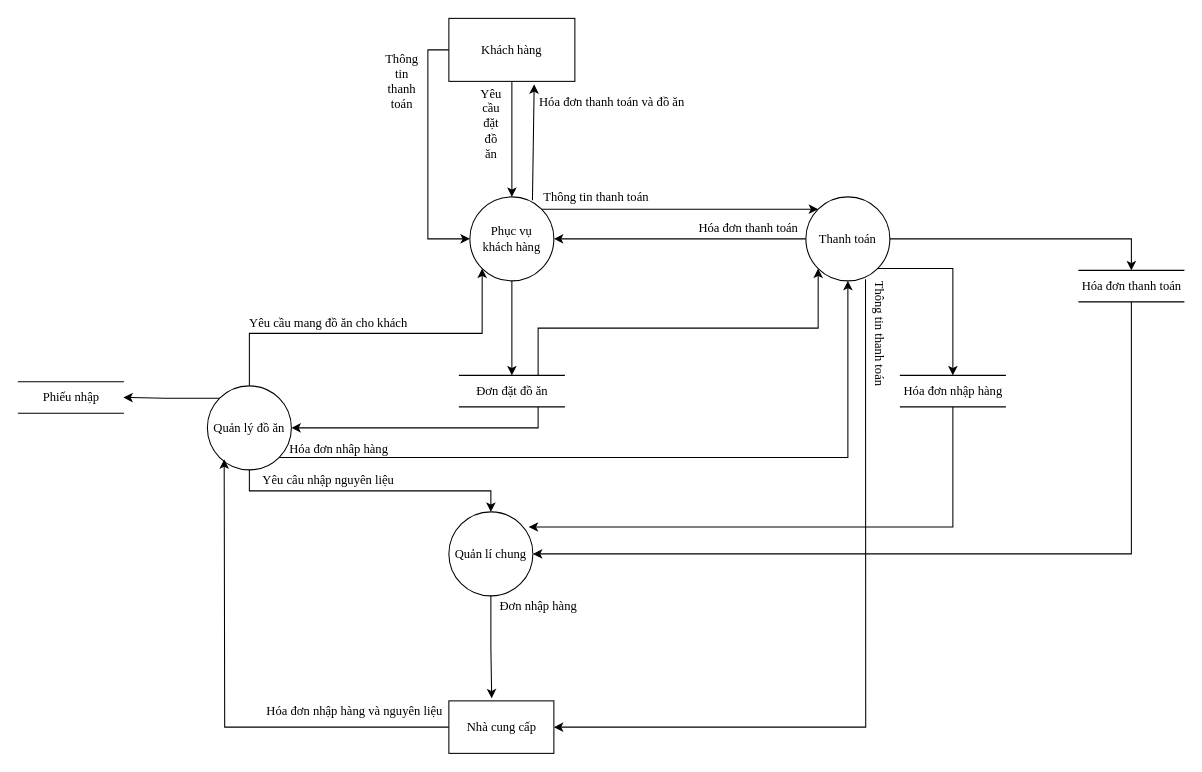
Before: page "Mức 1" (2 of 3) of PTTK HTTT/Project/DFD.drawio in EdgarIgnite16/SGU-Course, a draw.io diagram. Source tidied: cells renumbered, new cells numbered last; positions are measured from the earlier drawing's top-left corner, leaving out a move shared by most shapes. Both pictures are drawn from the tidied source at 105%, with x=0, y=0 at pixel (18, 18).
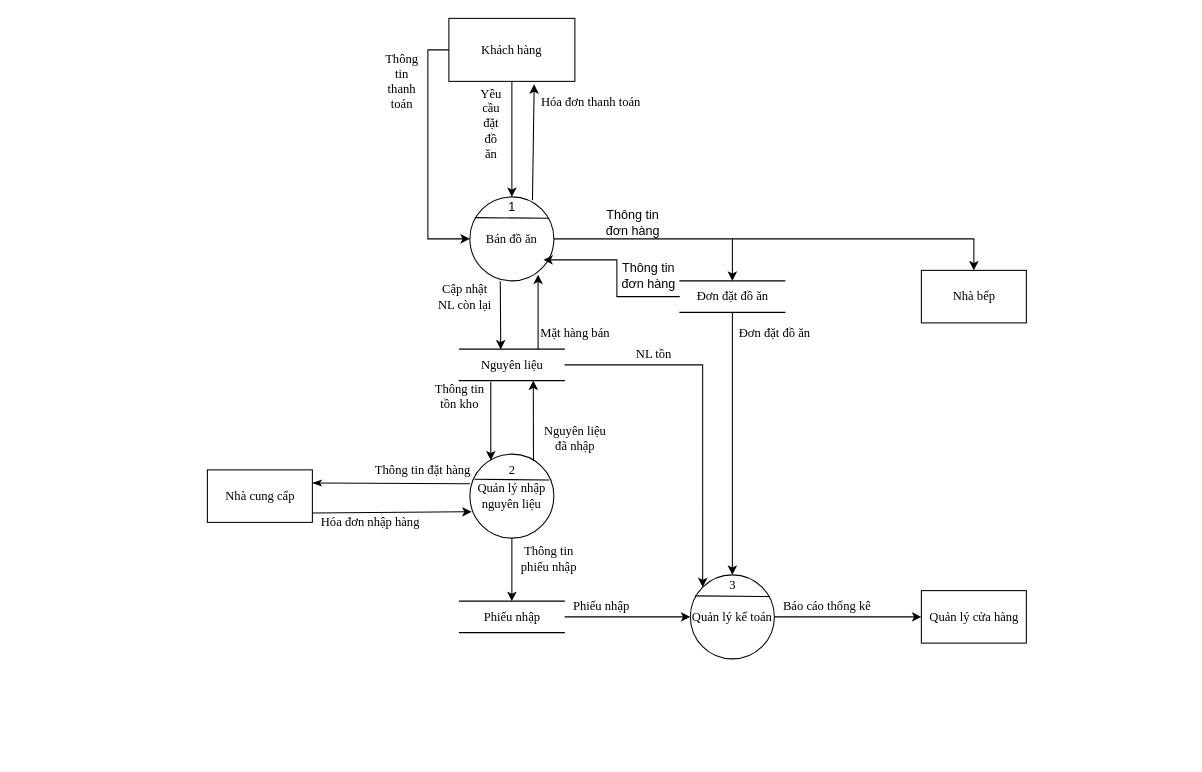
The same diagram, later.

What changed in the source:
```diff
@@
-    <mxCell id="5" style="edgeStyle=orthogonalEdgeStyle;rounded=0;jettySize=auto;html=1;exitX=0.5;exitY=1;exitDx=0;exitDy=0;entryX=0.5;entryY=0;entryDx=0;entryDy=0;fontFamily=Times New Roman;" parent="1" edge="1" source="7" target="10">
-      <mxGeometry relative="1" as="geometry" />
-    </mxCell>
-    <mxCell id="6" style="edgeStyle=orthogonalEdgeStyle;rounded=0;jettySize=auto;html=1;exitX=1;exitY=0;exitDx=0;exitDy=0;entryX=0;entryY=0;entryDx=0;entryDy=0;fontFamily=Times New Roman;" parent="1" edge="1" source="7" target="17">
-      <mxGeometry relative="1" as="geometry" />
-    </mxCell>
-    <mxCell id="7" value="Phục vụ&lt;br&gt;khách hàng" style="ellipse;whiteSpace=wrap;html=1;fontFamily=Times New Roman;" parent="1" vertex="1">
+    <mxCell id="7" value="Bán đồ ăn" style="ellipse;whiteSpace=wrap;html=1;fontFamily=Times New Roman;" parent="1" vertex="1">
       <mxGeometry x="430" y="170" width="80" height="80" as="geometry" />
     </mxCell>
-    <mxCell id="8" style="edgeStyle=orthogonalEdgeStyle;rounded=0;jettySize=auto;html=1;exitX=0.75;exitY=0;exitDx=0;exitDy=0;entryX=0;entryY=1;entryDx=0;entryDy=0;fontFamily=Times New Roman;" parent="1" edge="1" source="10" target="17">
-      <mxGeometry relative="1" as="geometry" />
-    </mxCell>
-    <mxCell id="9" style="edgeStyle=orthogonalEdgeStyle;rounded=0;jettySize=auto;html=1;exitX=0.75;exitY=1;exitDx=0;exitDy=0;fontFamily=Times New Roman;" parent="1" edge="1" source="10" target="27">
-      <mxGeometry relative="1" as="geometry" />
-    </mxCell>
+    <mxCell id="42" style="edgeStyle=orthogonalEdgeStyle;rounded=0;jettySize=auto;html=1;entryX=0.5;entryY=0;entryDx=0;entryDy=0;fontFamily=Times New Roman;startArrow=none;startFill=0;" parent="1" edge="1" target="58">
+      <mxGeometry relative="1" as="geometry">
+        <mxPoint x="680" y="210" as="sourcePoint" />
+        <Array as="points">
+          <mxPoint x="680" y="210" />
+          <mxPoint x="910" y="210" />
+        </Array>
+      </mxGeometry>
+    </mxCell>
+    <mxCell id="43" style="edgeStyle=orthogonalEdgeStyle;rounded=0;jettySize=auto;html=1;exitX=0.5;exitY=1;exitDx=0;exitDy=0;entryX=0.5;entryY=0;entryDx=0;entryDy=0;fontFamily=Times New Roman;startArrow=none;startFill=0;" parent="1" edge="1" source="10" target="31">
+      <mxGeometry relative="1" as="geometry" />
+    </mxCell>
+    <mxCell id="44" style="edgeStyle=orthogonalEdgeStyle;rounded=0;jettySize=auto;html=1;exitX=0;exitY=0.5;exitDx=0;exitDy=0;entryX=0.875;entryY=0.75;entryDx=0;entryDy=0;entryPerimeter=0;" parent="1" edge="1" source="10" target="7">
+      <mxGeometry relative="1" as="geometry" />
+    </mxCell>
     <mxCell id="10" value="Đơn đặt đồ ăn" style="html=1;dashed=0;whitespace=wrap;shape=partialRectangle;right=0;left=0;fontFamily=Times New Roman;" parent="1" vertex="1">
-      <mxGeometry x="420" y="340" width="100" height="30" as="geometry" />
+      <mxGeometry x="630" y="250" width="100" height="30" as="geometry" />
     </mxCell>
-    <mxCell id="11" style="edgeStyle=orthogonalEdgeStyle;rounded=0;jettySize=auto;html=1;exitX=0.5;exitY=1;exitDx=0;exitDy=0;entryX=1;entryY=0.5;entryDx=0;entryDy=0;fontFamily=Times New Roman;" parent="1" edge="1" source="12" target="31">
-      <mxGeometry relative="1" as="geometry" />
-    </mxCell>
-    <mxCell id="12" value="Hóa đơn thanh toán" style="html=1;dashed=0;whitespace=wrap;shape=partialRectangle;right=0;left=0;fontFamily=Times New Roman;" parent="1" vertex="1">
-      <mxGeometry x="1010" y="240" width="100" height="30" as="geometry" />
-    </mxCell>
@@
-    <mxCell id="14" style="edgeStyle=orthogonalEdgeStyle;rounded=0;jettySize=auto;html=1;exitX=0;exitY=0.5;exitDx=0;exitDy=0;entryX=1;entryY=0.5;entryDx=0;entryDy=0;fontFamily=Times New Roman;" parent="1" edge="1" source="17" target="7">
-      <mxGeometry relative="1" as="geometry" />
-    </mxCell>
-    <mxCell id="15" style="edgeStyle=orthogonalEdgeStyle;rounded=0;jettySize=auto;html=1;exitX=1;exitY=0.5;exitDx=0;exitDy=0;entryX=0.5;entryY=0;entryDx=0;entryDy=0;fontFamily=Times New Roman;" parent="1" edge="1" source="17" target="12">
-      <mxGeometry relative="1" as="geometry" />
-    </mxCell>
-    <mxCell id="16" style="edgeStyle=orthogonalEdgeStyle;rounded=0;jettySize=auto;html=1;exitX=1;exitY=1;exitDx=0;exitDy=0;fontFamily=Times New Roman;entryX=0.5;entryY=0;entryDx=0;entryDy=0;" parent="1" edge="1" source="17" target="37">
-      <mxGeometry relative="1" as="geometry" />
-    </mxCell>
-    <mxCell id="17" value="Thanh toán" style="ellipse;whiteSpace=wrap;html=1;fontFamily=Times New Roman;" parent="1" vertex="1">
-      <mxGeometry x="750" y="170" width="80" height="80" as="geometry" />
-    </mxCell>
-    <mxCell id="18" value="Thông tin thanh toán" style="text;html=1;align=center;verticalAlign=middle;strokeColor=none;fillColor=none;fontFamily=Times New Roman;" parent="1" vertex="1">
-      <mxGeometry x="490" y="160" width="120" height="20" as="geometry" />
-    </mxCell>
-    <mxCell id="19" value="Hóa đơn thanh toán" style="text;html=1;align=center;verticalAlign=middle;strokeColor=none;fillColor=none;fontFamily=Times New Roman;" parent="1" vertex="1">
-      <mxGeometry x="640" y="190" width="110" height="20" as="geometry" />
-    </mxCell>
@@
-    <mxCell id="22" value="Hóa đơn thanh toán và đồ ăn" style="text;html=1;align=center;verticalAlign=middle;strokeColor=none;fillColor=none;fontFamily=Times New Roman;rotation=0;" parent="1" vertex="1">
-      <mxGeometry x="490" y="70" width="150" height="20" as="geometry" />
+    <mxCell id="22" value="Hóa đơn thanh toán" style="text;html=1;align=center;verticalAlign=middle;strokeColor=none;fillColor=none;fontFamily=Times New Roman;rotation=0;" parent="1" vertex="1">
+      <mxGeometry x="490" y="70" width="110" height="20" as="geometry" />
     </mxCell>
-    <mxCell id="23" style="edgeStyle=orthogonalEdgeStyle;rounded=0;jettySize=auto;html=1;exitX=0.5;exitY=0;exitDx=0;exitDy=0;entryX=0;entryY=1;entryDx=0;entryDy=0;fontFamily=Times New Roman;" parent="1" edge="1" source="27" target="7">
-      <mxGeometry relative="1" as="geometry" />
-    </mxCell>
-    <mxCell id="24" style="edgeStyle=orthogonalEdgeStyle;rounded=0;jettySize=auto;html=1;exitX=0.5;exitY=1;exitDx=0;exitDy=0;fontFamily=Times New Roman;" parent="1" edge="1" source="27" target="31">
-      <mxGeometry relative="1" as="geometry" />
-    </mxCell>
-    <mxCell id="25" style="edgeStyle=orthogonalEdgeStyle;rounded=0;jettySize=auto;html=1;exitX=0;exitY=0;exitDx=0;exitDy=0;entryX=1;entryY=0.5;entryDx=0;entryDy=0;fontFamily=Times New Roman;" parent="1" edge="1" source="27" target="35">
+    <mxCell id="25" style="edgeStyle=orthogonalEdgeStyle;rounded=0;jettySize=auto;html=1;exitX=0.5;exitY=1;exitDx=0;exitDy=0;entryX=0.5;entryY=0;entryDx=0;entryDy=0;fontFamily=Times New Roman;startArrow=none;startFill=0;" parent="1" edge="1" source="27" target="35">
       <mxGeometry relative="1" as="geometry" />
     </mxCell>
-    <mxCell id="26" style="edgeStyle=orthogonalEdgeStyle;rounded=0;jettySize=auto;html=1;exitX=1;exitY=1;exitDx=0;exitDy=0;fontFamily=Times New Roman;entryX=0.5;entryY=1;entryDx=0;entryDy=0;" parent="1" edge="1" source="27" target="17">
-      <mxGeometry relative="1" as="geometry" />
-    </mxCell>
-    <mxCell id="27" value="Quản lý đồ ăn" style="ellipse;whiteSpace=wrap;html=1;fontFamily=Times New Roman;" parent="1" vertex="1">
-      <mxGeometry x="180" y="350" width="80" height="80" as="geometry" />
+    <mxCell id="27" value="Quản lý nhập&lt;br&gt;nguyên liệu" style="ellipse;whiteSpace=wrap;html=1;fontFamily=Times New Roman;" parent="1" vertex="1">
+      <mxGeometry x="430" y="415" width="80" height="80" as="geometry" />
     </mxCell>
-    <mxCell id="28" style="edgeStyle=orthogonalEdgeStyle;rounded=0;jettySize=auto;html=1;exitX=0;exitY=0.5;exitDx=0;exitDy=0;fontFamily=Times New Roman;" parent="1" edge="1" source="29">
-      <mxGeometry relative="1" as="geometry">
-        <mxPoint x="196" y="420" as="targetPoint" />
-      </mxGeometry>
-    </mxCell>
     <mxCell id="29" value="Nhà cung cấp" style="html=1;dashed=0;whitespace=wrap;fontFamily=Times New Roman;" parent="1" vertex="1">
-      <mxGeometry x="410" y="650" width="100" height="50" as="geometry" />
+      <mxGeometry x="180" y="430" width="100" height="50" as="geometry" />
     </mxCell>
-    <mxCell id="30" style="edgeStyle=orthogonalEdgeStyle;rounded=0;jettySize=auto;html=1;exitX=0.5;exitY=1;exitDx=0;exitDy=0;entryX=0.408;entryY=-0.048;entryDx=0;entryDy=0;entryPerimeter=0;fontFamily=Times New Roman;" parent="1" edge="1" source="31" target="29">
-      <mxGeometry relative="1" as="geometry" />
-    </mxCell>
+    <mxCell id="45" style="edgeStyle=orthogonalEdgeStyle;rounded=0;jettySize=auto;html=1;exitX=1;exitY=0.5;exitDx=0;exitDy=0;entryX=0;entryY=0.5;entryDx=0;entryDy=0;fontFamily=Times New Roman;fontSize=12;startArrow=none;startFill=0;endArrow=classic;endFill=1;" parent="1" edge="1" source="31" target="51">
+      <mxGeometry relative="1" as="geometry" />
+    </mxCell>
-    <mxCell id="31" value="Quản lí chung" style="ellipse;whiteSpace=wrap;html=1;fontFamily=Times New Roman;" parent="1" vertex="1">
-      <mxGeometry x="410" y="470" width="80" height="80" as="geometry" />
+    <mxCell id="31" value="Quản lý kế toán" style="ellipse;whiteSpace=wrap;html=1;fontFamily=Times New Roman;" parent="1" vertex="1">
+      <mxGeometry x="640" y="530" width="80" height="80" as="geometry" />
     </mxCell>
-    <mxCell id="32" value="Yêu cầu mang đồ ăn cho khách" style="text;html=1;align=center;verticalAlign=middle;strokeColor=none;fillColor=none;fontFamily=Times New Roman;" parent="1" vertex="1">
-      <mxGeometry x="210" y="280" width="170" height="20" as="geometry" />
-    </mxCell>
-    <mxCell id="33" value="Yêu câu nhập nguyên liệu" style="text;html=1;align=center;verticalAlign=middle;strokeColor=none;fillColor=none;fontFamily=Times New Roman;" parent="1" vertex="1">
-      <mxGeometry x="225" y="430" width="140" height="20" as="geometry" />
-    </mxCell>
-    <mxCell id="34" value="Đơn nhập hàng" style="text;html=1;align=center;verticalAlign=middle;strokeColor=none;fillColor=none;fontFamily=Times New Roman;" parent="1" vertex="1">
-      <mxGeometry x="450" y="550" width="90" height="20" as="geometry" />
-    </mxCell>
+    <mxCell id="46" style="edgeStyle=orthogonalEdgeStyle;rounded=0;jettySize=auto;html=1;exitX=1;exitY=0.5;exitDx=0;exitDy=0;fontFamily=Times New Roman;startArrow=none;startFill=0;" parent="1" edge="1" source="35" target="31">
+      <mxGeometry relative="1" as="geometry" />
+    </mxCell>
     <mxCell id="35" value="Phiếu nhập" style="html=1;dashed=0;whitespace=wrap;shape=partialRectangle;right=0;left=0;fontFamily=Times New Roman;" parent="1" vertex="1">
-      <mxGeometry y="346" width="100" height="30" as="geometry" />
+      <mxGeometry x="420" y="555" width="100" height="30" as="geometry" />
     </mxCell>
-    <mxCell id="36" style="edgeStyle=orthogonalEdgeStyle;rounded=0;jettySize=auto;html=1;exitX=0.5;exitY=1;exitDx=0;exitDy=0;entryX=0.95;entryY=0.18;entryDx=0;entryDy=0;entryPerimeter=0;fontFamily=Times New Roman;" parent="1" edge="1" source="37" target="31">
-      <mxGeometry relative="1" as="geometry">
-        <Array as="points">
-          <mxPoint x="890" y="484" />
-        </Array>
-      </mxGeometry>
-    </mxCell>
-    <mxCell id="37" value="Hóa đơn nhập hàng" style="html=1;dashed=0;whitespace=wrap;shape=partialRectangle;right=0;left=0;fontFamily=Times New Roman;" parent="1" vertex="1">
-      <mxGeometry x="840" y="340" width="100" height="30" as="geometry" />
-    </mxCell>
-    <mxCell id="38" style="endArrow=classic;html=1;rounded=0;fontFamily=Times New Roman;exitX=0.71;exitY=0.98;exitDx=0;exitDy=0;exitPerimeter=0;entryX=1;entryY=0.5;entryDx=0;entryDy=0;" parent="1" edge="1" source="17" target="29">
-      <mxGeometry relative="1" as="geometry">
-        <Array as="points">
-          <mxPoint x="807" y="675" />
-        </Array>
-      </mxGeometry>
-    </mxCell>
-    <mxCell id="39" value="Thông tin thanh toán" style="text;html=1;align=center;verticalAlign=middle;strokeColor=none;fillColor=none;fontFamily=Times New Roman;rotation=90;" parent="1" vertex="1">
-      <mxGeometry x="760" y="290" width="120" height="20" as="geometry" />
-    </mxCell>
-    <mxCell id="40" value="Hóa đơn nhập hàng và nguyên liệu" style="text;html=1;align=center;verticalAlign=middle;strokeColor=none;fillColor=none;fontFamily=Times New Roman;" parent="1" vertex="1">
-      <mxGeometry x="230" y="650" width="180" height="20" as="geometry" />
+    <mxCell id="40" value="Hóa đơn nhập hàng" style="text;html=1;align=center;verticalAlign=middle;strokeColor=none;fillColor=none;fontFamily=Times New Roman;" parent="1" vertex="1">
+      <mxGeometry x="280" y="470" width="110" height="20" as="geometry" />
     </mxCell>
-    <mxCell id="41" value="Hóa đơn nhâp hàng" style="text;html=1;align=center;verticalAlign=middle;strokeColor=none;fillColor=none;fontFamily=Times New Roman;" parent="1" vertex="1">
-      <mxGeometry x="250" y="400" width="110" height="20" as="geometry" />
-    </mxCell>
+    <mxCell id="47" value="1" style="text;html=1;align=center;verticalAlign=middle;strokeColor=none;fillColor=none;" parent="1" vertex="1">
+      <mxGeometry x="460" y="170" width="20" height="20" as="geometry" />
+    </mxCell>
+    <mxCell id="48" style="endArrow=none;html=1;rounded=0;exitX=0.058;exitY=0.247;exitDx=0;exitDy=0;exitPerimeter=0;entryX=0.947;entryY=0.254;entryDx=0;entryDy=0;entryPerimeter=0;" parent="1" edge="1" source="7" target="7">
+      <mxGeometry relative="1" as="geometry" />
+    </mxCell>
+    <mxCell id="49" style="endArrow=none;html=1;rounded=0;exitX=0.058;exitY=0.247;exitDx=0;exitDy=0;exitPerimeter=0;entryX=0.947;entryY=0.254;entryDx=0;entryDy=0;entryPerimeter=0;" parent="1" edge="1">
+      <mxGeometry relative="1" as="geometry">
+        <mxPoint x="644.4" y="550" as="sourcePoint" />
+        <mxPoint x="715.6" y="550.6" as="targetPoint" />
+      </mxGeometry>
+    </mxCell>
+    <mxCell id="50" value="Thông tin&lt;br&gt;đơn hàng" style="text;html=1;align=center;verticalAlign=middle;strokeColor=none;fillColor=none;rotation=0;flipH=1;flipV=1;" parent="1" vertex="1">
+      <mxGeometry x="550" y="180" width="70" height="30" as="geometry" />
+    </mxCell>
+    <mxCell id="51" value="Quản lý cửa hàng" style="html=1;dashed=0;whitespace=wrap;fontFamily=Times New Roman;" parent="1" vertex="1">
+      <mxGeometry x="860" y="545" width="100" height="50" as="geometry" />
+    </mxCell>
+    <mxCell id="52" style="edgeStyle=orthogonalEdgeStyle;rounded=0;jettySize=auto;html=1;exitX=1;exitY=0.5;exitDx=0;exitDy=0;entryX=0;entryY=0;entryDx=0;entryDy=0;fontFamily=Times New Roman;fontSize=12;startArrow=none;startFill=0;endArrow=classic;endFill=1;" parent="1" edge="1" source="53" target="31">
+      <mxGeometry relative="1" as="geometry" />
+    </mxCell>
+    <mxCell id="53" value="Nguyên liệu" style="html=1;dashed=0;whitespace=wrap;shape=partialRectangle;right=0;left=0;fontFamily=Times New Roman;" parent="1" vertex="1">
+      <mxGeometry x="420" y="315" width="100" height="30" as="geometry" />
+    </mxCell>
+    <mxCell id="54" value="Mặt hàng bán" style="text;html=1;align=center;verticalAlign=middle;strokeColor=none;fillColor=none;fontFamily=Times New Roman;" parent="1" vertex="1">
+      <mxGeometry x="490" y="290" width="80" height="20" as="geometry" />
+    </mxCell>
+    <mxCell id="55" value="Báo cáo thống kê" style="text;html=1;align=center;verticalAlign=middle;strokeColor=none;fillColor=none;fontFamily=Times New Roman;" parent="1" vertex="1">
+      <mxGeometry x="720" y="550" width="100" height="20" as="geometry" />
+    </mxCell>
+    <mxCell id="56" style="endArrow=none;html=1;rounded=0;exitX=0.058;exitY=0.247;exitDx=0;exitDy=0;exitPerimeter=0;entryX=0.947;entryY=0.254;entryDx=0;entryDy=0;entryPerimeter=0;" parent="1" edge="1">
+      <mxGeometry relative="1" as="geometry">
+        <mxPoint x="434.4" y="439" as="sourcePoint" />
+        <mxPoint x="505.6" y="439.6" as="targetPoint" />
+      </mxGeometry>
+    </mxCell>
+    <mxCell id="57" value="Thông tin&lt;br&gt;phiếu nhập" style="text;html=1;align=center;verticalAlign=middle;strokeColor=none;fillColor=none;fontFamily=Times New Roman;" parent="1" vertex="1">
+      <mxGeometry x="470" y="500" width="70" height="30" as="geometry" />
+    </mxCell>
+    <mxCell id="58" value="Nhà bếp" style="html=1;dashed=0;whitespace=wrap;fontFamily=Times New Roman;" parent="1" vertex="1">
+      <mxGeometry x="860" y="240" width="100" height="50" as="geometry" />
+    </mxCell>
+    <mxCell id="59" style="endArrow=none;html=1;rounded=0;fontFamily=Times New Roman;exitX=1;exitY=0.25;exitDx=0;exitDy=0;entryX=0.002;entryY=0.352;entryDx=0;entryDy=0;entryPerimeter=0;horizontal=1;startArrow=classicThin;startFill=1;endFill=0;" parent="1" edge="1" source="29" target="27">
+      <mxGeometry relative="1" as="geometry" />
+    </mxCell>
+    <mxCell id="60" style="endArrow=none;html=1;rounded=0;fontFamily=Times New Roman;exitX=0.021;exitY=0.686;exitDx=0;exitDy=0;exitPerimeter=0;entryX=1.001;entryY=0.82;entryDx=0;entryDy=0;entryPerimeter=0;startArrow=classic;startFill=1;endFill=0;" parent="1" edge="1" source="27" target="29">
+      <mxGeometry relative="1" as="geometry" />
+    </mxCell>
+    <mxCell id="61" value="2" style="text;html=1;align=center;verticalAlign=middle;strokeColor=none;fillColor=none;fontFamily=Times New Roman;" parent="1" vertex="1">
+      <mxGeometry x="460" y="420" width="20" height="20" as="geometry" />
+    </mxCell>
+    <mxCell id="62" value="3" style="text;html=1;align=center;verticalAlign=middle;strokeColor=none;fillColor=none;fontFamily=Times New Roman;" parent="1" vertex="1">
+      <mxGeometry x="670" y="530" width="20" height="20" as="geometry" />
+    </mxCell>
+    <mxCell id="63" value="Đơn đặt đồ ăn" style="text;html=1;align=center;verticalAlign=middle;strokeColor=none;fillColor=none;fontFamily=Times New Roman;" parent="1" vertex="1">
+      <mxGeometry x="680" y="290" width="80" height="20" as="geometry" />
+    </mxCell>
+    <mxCell id="64" value="Phiếu nhập" style="text;html=1;align=center;verticalAlign=middle;strokeColor=none;fillColor=none;fontFamily=Times New Roman;" parent="1" vertex="1">
+      <mxGeometry x="520" y="550" width="70" height="20" as="geometry" />
+    </mxCell>
+    <mxCell id="65" value="Thông tin đặt hàng" style="text;html=1;align=center;verticalAlign=middle;strokeColor=none;fillColor=none;fontFamily=Times New Roman;" parent="1" vertex="1">
+      <mxGeometry x="330" y="420" width="110" height="20" as="geometry" />
+    </mxCell>
+    <mxCell id="66" value="Nguyên liệu&lt;br&gt;đã nhập" style="text;html=1;align=center;verticalAlign=middle;strokeColor=none;fillColor=none;fontFamily=Times New Roman;" parent="1" vertex="1">
+      <mxGeometry x="495" y="385" width="70" height="30" as="geometry" />
+    </mxCell>
+    <mxCell id="67" value="NL tồn" style="text;html=1;align=center;verticalAlign=middle;strokeColor=none;fillColor=none;fontSize=12;fontFamily=Times New Roman;" parent="1" vertex="1">
+      <mxGeometry x="580" y="310" width="50" height="20" as="geometry" />
+    </mxCell>
+    <mxCell id="68" style="endArrow=classic;html=1;rounded=0;fontFamily=Times New Roman;fontSize=12;exitX=0.75;exitY=0;exitDx=0;exitDy=0;entryX=0.812;entryY=0.926;entryDx=0;entryDy=0;entryPerimeter=0;" parent="1" edge="1" source="53" target="7">
+      <mxGeometry relative="1" as="geometry" />
+    </mxCell>
+    <mxCell id="69" style="endArrow=classic;html=1;rounded=0;fontFamily=Times New Roman;fontSize=12;exitX=0.362;exitY=1.005;exitDx=0;exitDy=0;exitPerimeter=0;entryX=0.394;entryY=0.012;entryDx=0;entryDy=0;entryPerimeter=0;" parent="1" edge="1" source="7" target="53">
+      <mxGeometry relative="1" as="geometry" />
+    </mxCell>
+    <mxCell id="70" value="Cập nhật &lt;br&gt;NL còn lại" style="text;html=1;align=center;verticalAlign=middle;strokeColor=none;fillColor=none;fontSize=12;fontFamily=Times New Roman;" parent="1" vertex="1">
+      <mxGeometry x="390" y="250" width="70" height="30" as="geometry" />
+    </mxCell>
+    <mxCell id="71" style="endArrow=none;html=1;rounded=0;fontFamily=Times New Roman;fontSize=12;entryX=0.757;entryY=0.072;entryDx=0;entryDy=0;entryPerimeter=0;exitX=0.704;exitY=0.999;exitDx=0;exitDy=0;exitPerimeter=0;startArrow=classic;startFill=1;endFill=0;" parent="1" edge="1" source="53" target="27">
+      <mxGeometry relative="1" as="geometry" />
+    </mxCell>
+    <mxCell id="72" style="endArrow=classic;html=1;rounded=0;fontFamily=Times New Roman;fontSize=12;exitX=0.299;exitY=1.037;exitDx=0;exitDy=0;exitPerimeter=0;entryX=0.249;entryY=0.076;entryDx=0;entryDy=0;entryPerimeter=0;" parent="1" edge="1" source="53" target="27">
+      <mxGeometry relative="1" as="geometry" />
+    </mxCell>
+    <mxCell id="73" value="Thông tin &lt;br&gt;tồn kho" style="text;html=1;align=center;verticalAlign=middle;strokeColor=none;fillColor=none;fontSize=12;fontFamily=Times New Roman;" parent="1" vertex="1">
+      <mxGeometry x="390" y="345" width="60" height="30" as="geometry" />
+    </mxCell>
+    <mxCell id="5" style="endArrow=classic;html=1;rounded=0;exitX=1;exitY=0.5;exitDx=0;exitDy=0;entryX=0.5;entryY=0;entryDx=0;entryDy=0;" parent="1" edge="1" source="7" target="10">
+      <mxGeometry relative="1" as="geometry">
+        <Array as="points">
+          <mxPoint x="680" y="210" />
+        </Array>
+      </mxGeometry>
+    </mxCell>
+    <mxCell id="74" value="Thông tin&lt;br&gt;đơn hàng" style="text;html=1;align=center;verticalAlign=middle;strokeColor=none;fillColor=none;rotation=0;flipH=1;flipV=1;" parent="1" vertex="1">
+      <mxGeometry x="565" y="230" width="70" height="30" as="geometry" />
+    </mxCell>
```
